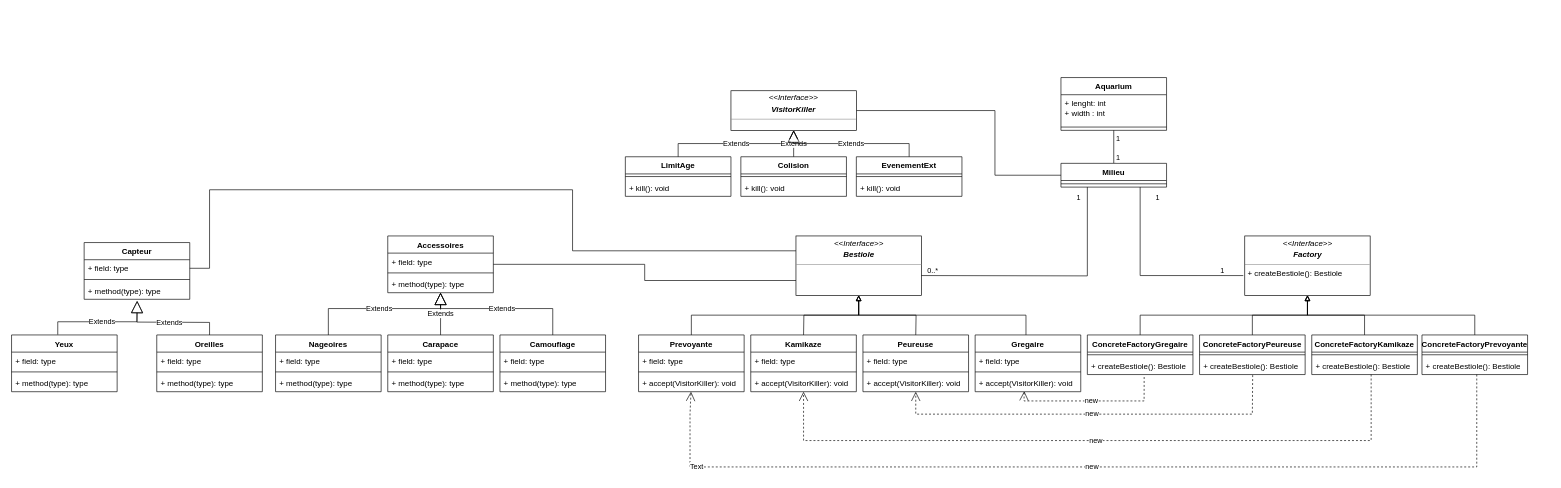
Above: Modelisation/BE_aquarium.drawio in Kabourlix/BE_Aquarium (draw.io), before the change. Source tidied: cells renumbered, new cells numbered last; positions are measured from the earlier drawing's top-left corner, leaving out a move shared by most shapes. Both pictures are drawn from the tidied source at 66%, with x=0, y=0 at pixel (11, 77).
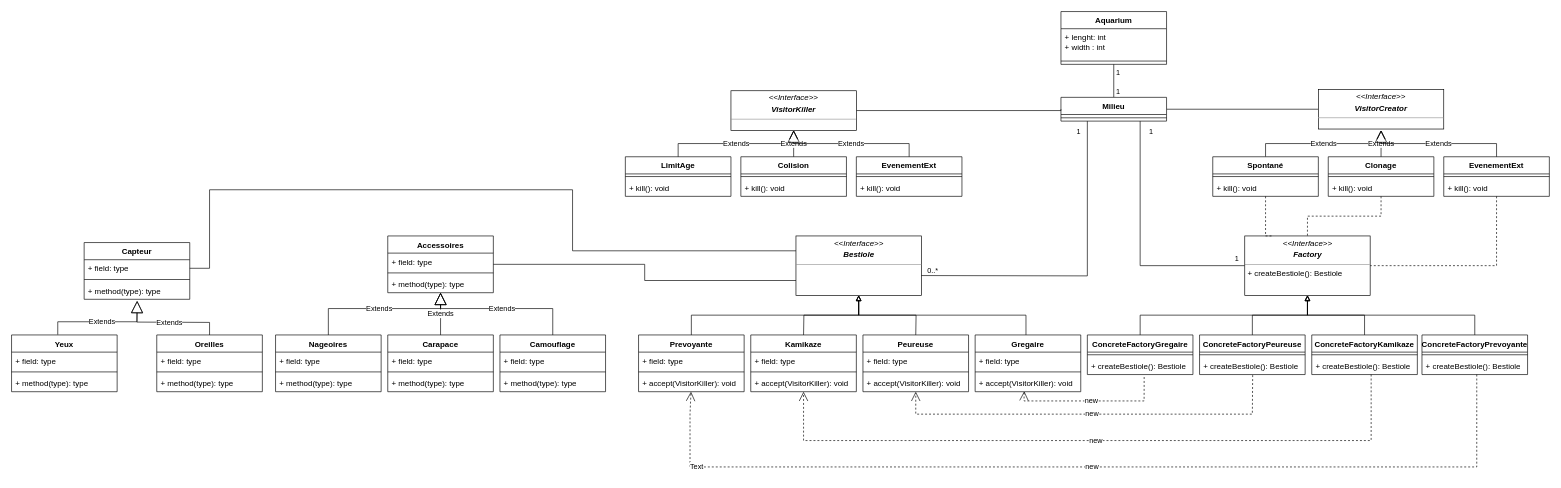
Above is the later version.

Unchanged cells that the change refers to:
```xml
<mxCell id="6" value="&lt;p style=&quot;margin: 0px ; margin-top: 4px ; text-align: center&quot;&gt;&lt;i&gt;&amp;lt;&amp;lt;Interface&amp;gt;&amp;gt;&lt;/i&gt;&lt;br&gt;&lt;/p&gt;&lt;p style=&quot;margin: 0px ; margin-top: 4px ; text-align: center&quot;&gt;&lt;i&gt;&lt;b&gt;Factory&lt;/b&gt;&lt;/i&gt;&lt;/p&gt;&lt;hr size=&quot;1&quot;&gt;&lt;p style=&quot;margin: 0px ; margin-left: 4px&quot;&gt;+ createBestiole(): Bestiole&lt;br&gt;&lt;br&gt;&lt;/p&gt;" style="verticalAlign=top;align=left;overflow=fill;fontSize=12;fontFamily=Helvetica;html=1;" parent="1" vertex="1">
  <mxGeometry x="1868.5" y="240" width="190" height="90" as="geometry" />
</mxCell>
<mxCell id="44" value="&lt;p style=&quot;margin: 0px ; margin-top: 4px ; text-align: center&quot;&gt;&lt;i&gt;&amp;lt;&amp;lt;Interface&amp;gt;&amp;gt;&lt;/i&gt;&lt;br&gt;&lt;/p&gt;&lt;p style=&quot;margin: 0px ; margin-top: 4px ; text-align: center&quot;&gt;&lt;b&gt;&lt;i&gt;VisitorKiller&lt;/i&gt;&lt;/b&gt;&lt;/p&gt;&lt;hr size=&quot;1&quot;&gt;&lt;p style=&quot;margin: 0px ; margin-left: 4px&quot;&gt;&lt;br&gt;&lt;/p&gt;&lt;p style=&quot;margin: 0px ; margin-left: 4px&quot;&gt;&lt;br&gt;&lt;br&gt;&lt;/p&gt;" style="verticalAlign=top;align=left;overflow=fill;fontSize=12;fontFamily=Helvetica;html=1;" parent="1" vertex="1">
  <mxGeometry x="1090" y="20" width="190" height="60" as="geometry" />
</mxCell>
```

Change to the diagram source:
```diff
@@
+    <mxCell id="38" style="edgeStyle=orthogonalEdgeStyle;rounded=0;jettySize=auto;html=1;entryX=0.75;entryY=1;entryDx=0;entryDy=0;endArrow=none;endFill=0;" parent="1" edge="1" source="6" target="33">
+      <mxGeometry relative="1" as="geometry" />
+    </mxCell>
@@
     <mxCell id="30" value="Aquarium" style="swimlane;fontStyle=1;align=center;verticalAlign=top;horizontal=1;startSize=26;" parent="1" vertex="1">
-      <mxGeometry x="1590" width="160" height="80" as="geometry" />
+      <mxGeometry x="1590" y="-100" width="160" height="80" as="geometry" />
     </mxCell>
@@
+    <mxCell id="108" style="edgeStyle=orthogonalEdgeStyle;rounded=0;jettySize=auto;html=1;entryX=0;entryY=0.5;entryDx=0;entryDy=0;endArrow=none;endFill=0;" parent="1" edge="1" source="33" target="109">
+      <mxGeometry relative="1" as="geometry" />
+    </mxCell>
     <mxCell id="33" value="Milieu" style="swimlane;fontStyle=1;align=center;verticalAlign=top;horizontal=1;startSize=26;" parent="1" vertex="1">
-      <mxGeometry x="1590" y="130" width="160" height="36" as="geometry" />
+      <mxGeometry x="1590" y="30" width="160" height="36" as="geometry" />
     </mxCell>
@@
-    <mxCell id="38" style="endArrow=none;html=1;edgeStyle=orthogonalEdgeStyle;rounded=0;entryX=0.75;entryY=1;entryDx=0;entryDy=0;exitX=-0.012;exitY=0.667;exitDx=0;exitDy=0;exitPerimeter=0;" parent="1" edge="1" source="6" target="33">
-      <mxGeometry relative="1" as="geometry" />
-    </mxCell>
-    <mxCell id="39" value="1" style="edgeLabel;html=1;align=left;verticalAlign=bottom;" parent="38" vertex="1">
-      <mxGeometry x="-1" relative="1" as="geometry">
-        <mxPoint x="-36" as="offset" />
-      </mxGeometry>
-    </mxCell>
-    <mxCell id="40" value="1" style="edgeLabel;html=1;align=right;verticalAlign=bottom;" parent="38" vertex="1">
-      <mxGeometry x="1" relative="1" as="geometry">
-        <mxPoint x="30" y="24" as="offset" />
-      </mxGeometry>
-    </mxCell>
     <mxCell id="41" value="1" style="edgeLabel;html=1;align=right;verticalAlign=bottom;" parent="1" vertex="1">
-      <mxGeometry x="1680" y="130" as="geometry" />
+      <mxGeometry x="1680" y="30" as="geometry" />
     </mxCell>
     <mxCell id="42" value="1" style="edgeLabel;html=1;align=right;verticalAlign=bottom;" parent="1" vertex="1">
-      <mxGeometry x="1680" y="100" as="geometry" />
+      <mxGeometry x="1680" as="geometry" />
     </mxCell>
     <mxCell id="43" style="edgeStyle=orthogonalEdgeStyle;rounded=0;jettySize=auto;html=1;entryX=0;entryY=0.5;entryDx=0;entryDy=0;endArrow=none;endFill=0;" parent="1" edge="1" source="44" target="33">
       <mxGeometry relative="1" as="geometry">
         <Array as="points">
-          <mxPoint x="1490" y="50" />
-          <mxPoint x="1490" y="148" />
+          <mxPoint x="1590" y="50" />
         </Array>
       </mxGeometry>
     </mxCell>
@@
+    <mxCell id="109" value="&lt;p style=&quot;margin: 0px ; margin-top: 4px ; text-align: center&quot;&gt;&lt;i&gt;&amp;lt;&amp;lt;Interface&amp;gt;&amp;gt;&lt;/i&gt;&lt;br&gt;&lt;/p&gt;&lt;p style=&quot;margin: 0px ; margin-top: 4px ; text-align: center&quot;&gt;&lt;b&gt;&lt;i&gt;VisitorCreator&lt;/i&gt;&lt;/b&gt;&lt;/p&gt;&lt;hr size=&quot;1&quot;&gt;&lt;p style=&quot;margin: 0px ; margin-left: 4px&quot;&gt;&lt;br&gt;&lt;/p&gt;&lt;p style=&quot;margin: 0px ; margin-left: 4px&quot;&gt;&lt;br&gt;&lt;br&gt;&lt;/p&gt;" style="verticalAlign=top;align=left;overflow=fill;fontSize=12;fontFamily=Helvetica;html=1;" parent="1" vertex="1">
+      <mxGeometry x="1980" y="18" width="190" height="60" as="geometry" />
+    </mxCell>
+    <mxCell id="110" style="edgeStyle=orthogonalEdgeStyle;rounded=0;jettySize=auto;html=1;entryX=0.5;entryY=0;entryDx=0;entryDy=0;endArrow=none;endFill=0;dashed=1;" parent="1" edge="1" source="111" target="6">
+      <mxGeometry relative="1" as="geometry" />
+    </mxCell>
+    <mxCell id="111" value="Clonage" style="swimlane;fontStyle=1;align=center;verticalAlign=top;horizontal=1;startSize=26;" parent="1" vertex="1">
+      <mxGeometry x="1995" y="120" width="160" height="60" as="geometry" />
+    </mxCell>
+    <mxCell id="112" style="line;strokeWidth=1;fillColor=none;align=left;verticalAlign=middle;spacingTop=-1;spacingLeft=3;spacingRight=3;labelPosition=right;" parent="111" vertex="1">
+      <mxGeometry y="26" width="160" height="8" as="geometry" />
+    </mxCell>
+    <mxCell id="113" value="+ kill(): void" style="text;strokeColor=none;fillColor=none;align=left;verticalAlign=top;spacingLeft=4;spacingRight=4;overflow=hidden;" parent="111" vertex="1">
+      <mxGeometry y="34" width="160" height="26" as="geometry" />
+    </mxCell>
+    <mxCell id="114" style="edgeStyle=orthogonalEdgeStyle;rounded=0;jettySize=auto;html=1;entryX=1;entryY=0.5;entryDx=0;entryDy=0;endArrow=none;endFill=0;dashed=1;" parent="1" edge="1" source="115" target="6">
+      <mxGeometry relative="1" as="geometry">
+        <Array as="points">
+          <mxPoint x="2250" y="285" />
+        </Array>
+      </mxGeometry>
+    </mxCell>
+    <mxCell id="115" value="EvenementExt" style="swimlane;fontStyle=1;align=center;verticalAlign=top;horizontal=1;startSize=26;" parent="1" vertex="1">
+      <mxGeometry x="2170" y="120" width="160" height="60" as="geometry" />
+    </mxCell>
+    <mxCell id="116" style="line;strokeWidth=1;fillColor=none;align=left;verticalAlign=middle;spacingTop=-1;spacingLeft=3;spacingRight=3;labelPosition=right;" parent="115" vertex="1">
+      <mxGeometry y="26" width="160" height="8" as="geometry" />
+    </mxCell>
+    <mxCell id="117" value="+ kill(): void" style="text;strokeColor=none;fillColor=none;align=left;verticalAlign=top;spacingLeft=4;spacingRight=4;overflow=hidden;" parent="115" vertex="1">
+      <mxGeometry y="34" width="160" height="26" as="geometry" />
+    </mxCell>
+    <mxCell id="118" value="Extends" style="endArrow=block;endSize=16;endFill=0;html=1;rounded=0;entryX=0.5;entryY=1;entryDx=0;entryDy=0;exitX=0.5;exitY=0;exitDx=0;exitDy=0;" parent="1" edge="1">
+      <mxGeometry relative="1" as="geometry">
+        <mxPoint x="1900" y="120" as="sourcePoint" />
+        <mxPoint x="2075" y="80" as="targetPoint" />
+        <Array as="points">
+          <mxPoint x="1900" y="100" />
+          <mxPoint x="2075" y="100" />
+        </Array>
+      </mxGeometry>
+    </mxCell>
+    <mxCell id="119" value="Extends" style="endArrow=block;endSize=16;endFill=0;html=1;rounded=0;entryX=0.5;entryY=1;entryDx=0;entryDy=0;exitX=0.5;exitY=0;exitDx=0;exitDy=0;" parent="1" edge="1" source="111">
+      <mxGeometry relative="1" as="geometry">
+        <mxPoint x="2075" y="80" as="targetPoint" />
+        <Array as="points">
+          <mxPoint x="2075" y="100" />
+        </Array>
+      </mxGeometry>
+    </mxCell>
+    <mxCell id="120" value="Extends" style="endArrow=block;endSize=16;endFill=0;html=1;rounded=0;entryX=0.5;entryY=1;entryDx=0;entryDy=0;exitX=0.5;exitY=0;exitDx=0;exitDy=0;" parent="1" edge="1" source="115">
+      <mxGeometry relative="1" as="geometry">
+        <mxPoint x="2075" y="80" as="targetPoint" />
+        <Array as="points">
+          <mxPoint x="2250" y="100" />
+          <mxPoint x="2075" y="100" />
+        </Array>
+      </mxGeometry>
+    </mxCell>
+    <mxCell id="121" style="edgeStyle=orthogonalEdgeStyle;rounded=0;jettySize=auto;html=1;entryX=0.218;entryY=0;entryDx=0;entryDy=0;entryPerimeter=0;endArrow=none;endFill=0;dashed=1;" parent="1" edge="1" source="122" target="6">
+      <mxGeometry relative="1" as="geometry">
+        <Array as="points">
+          <mxPoint x="1900" y="240" />
+        </Array>
+      </mxGeometry>
+    </mxCell>
+    <mxCell id="122" value="Spontané" style="swimlane;fontStyle=1;align=center;verticalAlign=top;horizontal=1;startSize=26;" parent="1" vertex="1">
+      <mxGeometry x="1820" y="120" width="160" height="60" as="geometry" />
+    </mxCell>
+    <mxCell id="123" style="line;strokeWidth=1;fillColor=none;align=left;verticalAlign=middle;spacingTop=-1;spacingLeft=3;spacingRight=3;labelPosition=right;" parent="122" vertex="1">
+      <mxGeometry y="26" width="160" height="8" as="geometry" />
+    </mxCell>
+    <mxCell id="124" value="+ kill(): void" style="text;strokeColor=none;fillColor=none;align=left;verticalAlign=top;spacingLeft=4;spacingRight=4;overflow=hidden;" parent="122" vertex="1">
+      <mxGeometry y="34" width="160" height="26" as="geometry" />
+    </mxCell>
+    <mxCell id="125" value="1" style="edgeLabel;html=1;align=right;verticalAlign=bottom;" parent="1" vertex="1">
+      <mxGeometry x="1730" y="90" as="geometry" />
+    </mxCell>
+    <mxCell id="126" value="1" style="edgeLabel;html=1;align=right;verticalAlign=bottom;" parent="1" vertex="1">
+      <mxGeometry x="1860" y="283" as="geometry" />
+    </mxCell>
```
